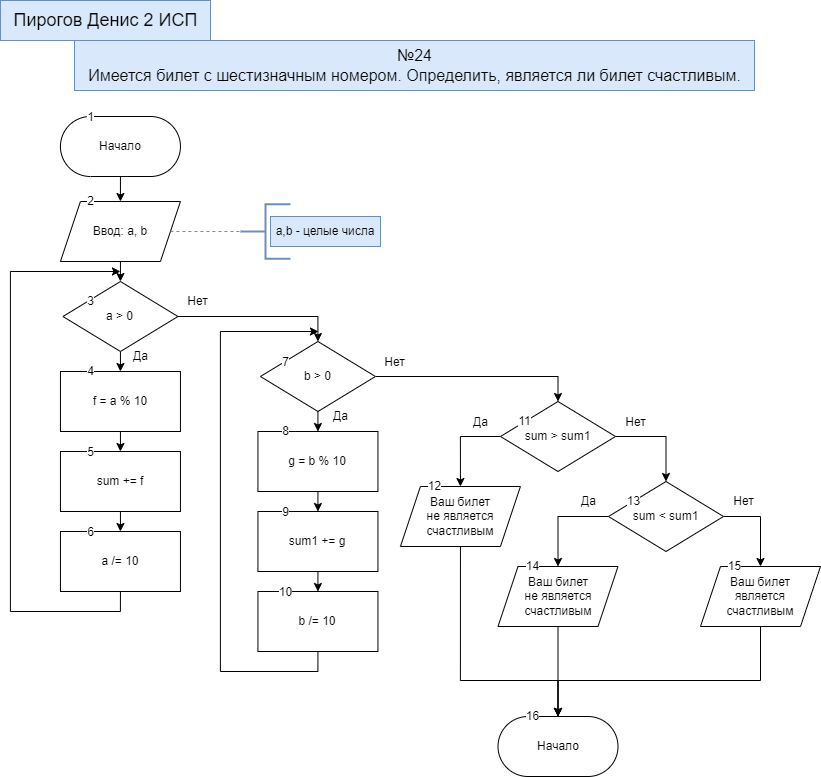
DeFis33/pr keeps this draw.io diagram as pr5/pr5.png. Above is the earlier version. Source tidied: cells renumbered, new cells last; positions are measured from the earlier drawing's top-left corner, leaving out a move shared by most shapes.
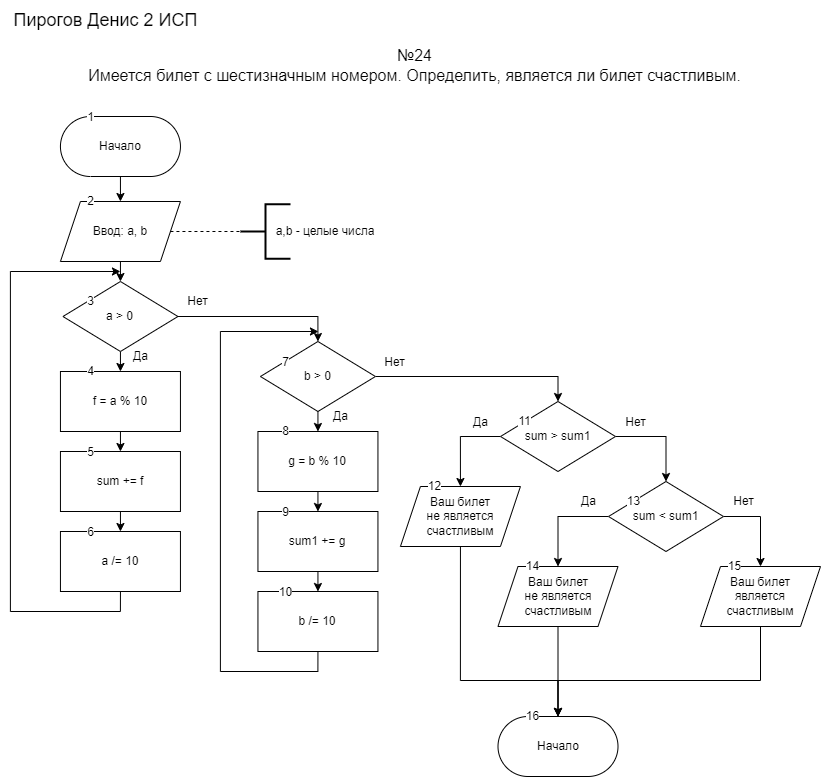
After the commit.

The edit, as a diff of the source:
```diff
@@ -203,19 +203,19 @@
     <mxCell id="60" value="16" style="text;html=1;align=center;verticalAlign=middle;strokeColor=none;fillColor=none;labelBackgroundColor=default;" parent="1" vertex="1">
       <mxGeometry x="512" y="701" width="40" height="30" as="geometry" />
     </mxCell>
-    <mxCell id="61" value="&lt;font style=&quot;font-size: 18px;&quot;&gt;Пирогов Денис 2 ИСП&lt;/font&gt;" style="text;html=1;align=center;verticalAlign=middle;fillColor=#dae8fc;strokeColor=#6c8ebf;" parent="1" vertex="1">
+    <mxCell id="61" value="&lt;font style=&quot;font-size: 18px;&quot;&gt;Пирогов Денис 2 ИСП&lt;/font&gt;" style="text;html=1;align=center;verticalAlign=middle;" parent="1" vertex="1">
       <mxGeometry width="210" height="40" as="geometry" />
     </mxCell>
-    <mxCell id="62" value="&lt;font style=&quot;font-size: 16px;&quot;&gt;№24&lt;/font&gt;&lt;div style=&quot;font-size: 16px;&quot;&gt;Имеется билет с шестизначным номером. Определить, является ли билет счастливым.&lt;/div&gt;" style="text;html=1;align=center;verticalAlign=middle;fillColor=#dae8fc;strokeColor=#6c8ebf;" parent="1" vertex="1">
+    <mxCell id="62" value="&lt;font style=&quot;font-size: 16px;&quot;&gt;№24&lt;/font&gt;&lt;div style=&quot;font-size: 16px;&quot;&gt;Имеется билет с шестизначным номером. Определить, является ли билет счастливым.&lt;/div&gt;" style="text;html=1;align=center;verticalAlign=middle;" parent="1" vertex="1">
       <mxGeometry x="74" y="40" width="680" height="50" as="geometry" />
     </mxCell>
-    <mxCell id="63" style="strokeWidth=2;html=1;shape=mxgraph.flowchart.annotation_2;align=left;labelPosition=right;fillColor=#dae8fc;strokeColor=#6c8ebf;" parent="1" vertex="1">
+    <mxCell id="63" style="strokeWidth=2;html=1;shape=mxgraph.flowchart.annotation_2;align=left;labelPosition=right;" parent="1" vertex="1">
       <mxGeometry x="240" y="203.8" width="50" height="54.5" as="geometry" />
     </mxCell>
-    <mxCell id="64" style="endArrow=none;dashed=1;html=1;rounded=0;exitX=1;exitY=0.5;exitDx=0;exitDy=0;entryX=0;entryY=0.5;entryDx=0;entryDy=0;entryPerimeter=0;fillColor=#dae8fc;strokeColor=#6c8ebf;" parent="1" edge="1" source="6" target="63">
+    <mxCell id="64" style="endArrow=none;dashed=1;html=1;rounded=0;exitX=1;exitY=0.5;exitDx=0;exitDy=0;entryX=0;entryY=0.5;entryDx=0;entryDy=0;entryPerimeter=0;" parent="1" edge="1" source="6" target="63">
       <mxGeometry relative="1" as="geometry" />
     </mxCell>
-    <mxCell id="65" value="a,b - целые числа" style="text;html=1;strokeColor=#6c8ebf;fillColor=#dae8fc;align=center;verticalAlign=middle;whiteSpace=wrap;rounded=0;" parent="1" vertex="1">
+    <mxCell id="65" value="a,b - целые числа" style="text;html=1;align=center;verticalAlign=middle;whiteSpace=wrap;rounded=0;" parent="1" vertex="1">
       <mxGeometry x="270" y="216" width="110" height="30" as="geometry" />
     </mxCell>
   </root>
```
